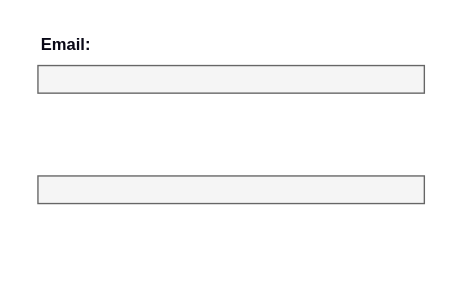
The draw.io diagram Diagrama sem nome.drawio in EllenRebeca/EllenRebeca, before the edit. Source tidied: cells renumbered, new cells numbered last; positions are measured from the earlier drawing's top-left corner, leaving out a move shared by most shapes. Both pictures are drawn from the tidied source at 138%, with x=0, y=0 at pixel (23, 23).
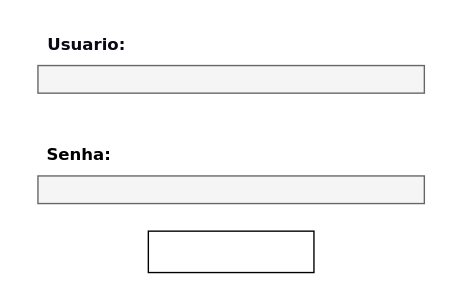
After the change.

The edit, as a diff of the source:
```diff
@@
 <mxGraphModel background="#ffffff">
   <root>
     <mxCell id="0" />
     <mxCell id="1" parent="0" />
     <mxCell id="2" style="rounded=0;whiteSpace=wrap;html=1;fillColor=#f5f5f5;fontColor=#333333;strokeColor=#666666;" parent="1" vertex="1">
       <mxGeometry x="10" y="30" width="280" height="20" as="geometry" />
     </mxCell>
     <mxCell id="3" style="rounded=0;whiteSpace=wrap;html=1;fillColor=#f5f5f5;fontColor=#333333;strokeColor=#666666;" parent="1" vertex="1">
       <mxGeometry x="10" y="110" width="280" height="20" as="geometry" />
     </mxCell>
-    <mxCell id="4" value="Email:" style="text;html=1;align=center;verticalAlign=middle;strokeColor=none;fillColor=none;fontStyle=1;fontColor=#090816;" parent="1" vertex="1">
-      <mxGeometry width="60" height="30" as="geometry" />
+    <mxCell id="4" value="Usuario:" style="text;html=1;align=center;verticalAlign=middle;strokeColor=none;fillColor=none;fontStyle=1;fontColor=#090816;fontFamily=Verdana;" parent="1" vertex="1">
+      <mxGeometry x="10" width="70" height="30" as="geometry" />
     </mxCell>
+    <mxCell id="5" value="Senha:" style="text;strokeColor=none;align=center;fillColor=none;html=1;verticalAlign=middle;whiteSpace=wrap;rounded=0;fontStyle=1;fontFamily=Verdana;" parent="1" vertex="1">
+      <mxGeometry x="10" y="80" width="60" height="30" as="geometry" />
+    </mxCell>
+    <mxCell id="6" style="rounded=0;whiteSpace=wrap;html=1;fontStyle=1;labelBackgroundColor=#009900;" parent="1" vertex="1">
+      <mxGeometry x="90" y="150" width="120" height="30" as="geometry" />
+    </mxCell>
   </root>
 </mxGraphModel>
```
